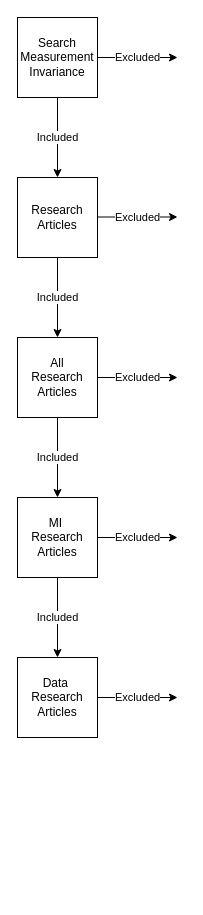
This is pics/data_curation.drawio from doomlab/assessment-squared, a draw.io file, before an edit. Source tidied: cells renumbered, new cells numbered last; positions are measured from the earlier drawing's top-left corner, leaving out a move shared by most shapes. Both pictures are drawn from the tidied source at 100%, with x=0, y=0 at pixel (17, 17).
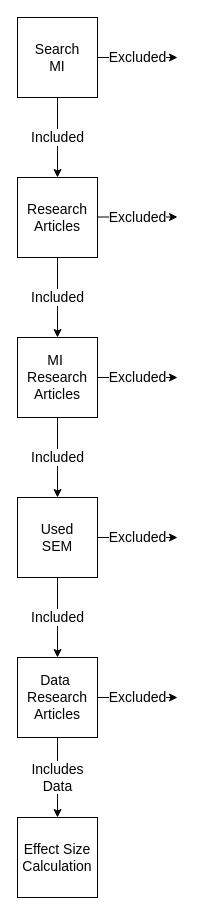
Above is the later version.

Change to the diagram source:
```diff
@@
-    <mxCell id="2" value="Included" style="edgeStyle=orthogonalEdgeStyle;rounded=0;jettySize=auto;html=1;" parent="1" edge="1" source="4" target="6">
+    <mxCell id="2" value="Included" style="edgeStyle=orthogonalEdgeStyle;rounded=0;jettySize=auto;html=1;fontSize=14;" parent="1" edge="1" source="4" target="6">
       <mxGeometry relative="1" as="geometry" />
     </mxCell>
-    <mxCell id="3" value="Excluded" style="edgeStyle=orthogonalEdgeStyle;rounded=0;jettySize=auto;html=1;" parent="1" edge="1" source="4">
+    <mxCell id="3" value="Excluded" style="edgeStyle=orthogonalEdgeStyle;rounded=0;jettySize=auto;html=1;fontSize=14;" parent="1" edge="1" source="4">
       <mxGeometry relative="1" as="geometry">
         <mxPoint x="160" y="40" as="targetPoint" />
       </mxGeometry>
     </mxCell>
-    <mxCell id="4" value="Search&lt;br&gt;Measurement&lt;br&gt;Invariance" style="whiteSpace=wrap;html=1;" parent="1" vertex="1">
+    <mxCell id="4" value="Search&lt;div style=&quot;font-size: 14px;&quot;&gt;MI&lt;/div&gt;" style="whiteSpace=wrap;html=1;fontSize=14;" parent="1" vertex="1">
       <mxGeometry width="80" height="80" as="geometry" />
     </mxCell>
-    <mxCell id="5" value="Included" style="edgeStyle=orthogonalEdgeStyle;rounded=0;jettySize=auto;html=1;" parent="1" edge="1" source="6" target="10">
+    <mxCell id="5" value="Included" style="edgeStyle=orthogonalEdgeStyle;rounded=0;jettySize=auto;html=1;fontSize=14;" parent="1" edge="1" source="6" target="10">
       <mxGeometry relative="1" as="geometry" />
     </mxCell>
-    <mxCell id="6" value="Research&lt;br&gt;Articles" style="whiteSpace=wrap;html=1;" parent="1" vertex="1">
+    <mxCell id="6" value="Research&lt;br style=&quot;font-size: 14px;&quot;&gt;Articles" style="whiteSpace=wrap;html=1;fontSize=14;" parent="1" vertex="1">
       <mxGeometry y="160" width="80" height="80" as="geometry" />
     </mxCell>
-    <mxCell id="7" value="Excluded" style="edgeStyle=orthogonalEdgeStyle;rounded=0;orthogonalLoop=1;jettySize=auto;html=1;" parent="1" edge="1">
+    <mxCell id="7" value="Excluded" style="edgeStyle=orthogonalEdgeStyle;rounded=0;orthogonalLoop=1;jettySize=auto;html=1;fontSize=14;" parent="1" edge="1">
       <mxGeometry relative="1" as="geometry">
         <mxPoint x="80" y="199.5" as="sourcePoint" />
         <mxPoint x="160" y="199.5" as="targetPoint" />
       </mxGeometry>
     </mxCell>
-    <mxCell id="8" value="Excluded" style="edgeStyle=orthogonalEdgeStyle;rounded=0;jettySize=auto;html=1;" parent="1" edge="1" source="10">
+    <mxCell id="8" value="Excluded" style="edgeStyle=orthogonalEdgeStyle;rounded=0;jettySize=auto;html=1;fontSize=14;" parent="1" edge="1" source="10">
       <mxGeometry relative="1" as="geometry">
         <mxPoint x="160" y="360" as="targetPoint" />
       </mxGeometry>
     </mxCell>
-    <mxCell id="9" value="Included" style="edgeStyle=orthogonalEdgeStyle;rounded=0;jettySize=auto;html=1;" parent="1" edge="1" source="10" target="13">
+    <mxCell id="9" value="Included" style="edgeStyle=orthogonalEdgeStyle;rounded=0;jettySize=auto;html=1;fontSize=14;" parent="1" edge="1" source="10" target="13">
       <mxGeometry relative="1" as="geometry" />
     </mxCell>
-    <mxCell id="10" value="All &lt;br&gt;Research&lt;br&gt;Articles" style="whiteSpace=wrap;html=1;" parent="1" vertex="1">
+    <mxCell id="10" value="MI&amp;nbsp;&lt;br style=&quot;font-size: 14px;&quot;&gt;Research&lt;br style=&quot;font-size: 14px;&quot;&gt;Articles" style="whiteSpace=wrap;html=1;fontSize=14;" parent="1" vertex="1">
       <mxGeometry y="320" width="80" height="80" as="geometry" />
     </mxCell>
-    <mxCell id="11" value="Excluded" style="edgeStyle=orthogonalEdgeStyle;rounded=0;jettySize=auto;html=1;" parent="1" edge="1" source="13">
+    <mxCell id="11" value="Excluded" style="edgeStyle=orthogonalEdgeStyle;rounded=0;jettySize=auto;html=1;fontSize=14;" parent="1" edge="1" source="13">
       <mxGeometry relative="1" as="geometry">
         <mxPoint x="160" y="520" as="targetPoint" />
       </mxGeometry>
     </mxCell>
-    <mxCell id="12" value="Included" style="edgeStyle=orthogonalEdgeStyle;rounded=0;jettySize=auto;html=1;" parent="1" edge="1" source="13" target="15">
+    <mxCell id="12" value="Included" style="edgeStyle=orthogonalEdgeStyle;rounded=0;jettySize=auto;html=1;fontSize=14;" parent="1" edge="1" source="13" target="15">
       <mxGeometry relative="1" as="geometry" />
     </mxCell>
-    <mxCell id="13" value="MI&amp;nbsp;&lt;br&gt;Research&lt;br&gt;Articles" style="whiteSpace=wrap;html=1;" parent="1" vertex="1">
+    <mxCell id="13" value="Used&lt;div style=&quot;font-size: 14px;&quot;&gt;SEM&lt;/div&gt;" style="whiteSpace=wrap;html=1;fontSize=14;" parent="1" vertex="1">
       <mxGeometry y="480" width="80" height="80" as="geometry" />
     </mxCell>
-    <mxCell id="14" value="Excluded" style="edgeStyle=orthogonalEdgeStyle;rounded=0;jettySize=auto;html=1;" parent="1" edge="1" source="15">
+    <mxCell id="14" value="Excluded" style="edgeStyle=orthogonalEdgeStyle;rounded=0;jettySize=auto;html=1;fontSize=14;" parent="1" edge="1" source="15">
       <mxGeometry relative="1" as="geometry">
         <mxPoint x="160" y="680" as="targetPoint" />
       </mxGeometry>
     </mxCell>
+    <mxCell id="16" value="Includes&lt;div style=&quot;font-size: 14px;&quot;&gt;Data&lt;/div&gt;" style="edgeStyle=orthogonalEdgeStyle;rounded=0;jettySize=auto;html=1;fontSize=14;" parent="1" edge="1" source="15" target="17">
+      <mxGeometry relative="1" as="geometry" />
+    </mxCell>
-    <mxCell id="15" value="Data&amp;nbsp;&lt;br&gt;Research&lt;br&gt;Articles" style="whiteSpace=wrap;html=1;" parent="1" vertex="1">
+    <mxCell id="15" value="Data&amp;nbsp;&lt;br style=&quot;font-size: 14px;&quot;&gt;Research&lt;br style=&quot;font-size: 14px;&quot;&gt;Articles" style="whiteSpace=wrap;html=1;fontSize=14;" parent="1" vertex="1">
       <mxGeometry y="640" width="80" height="80" as="geometry" />
     </mxCell>
+    <mxCell id="17" value="Effect Size&lt;div style=&quot;font-size: 14px;&quot;&gt;Calculation&lt;/div&gt;" style="whiteSpace=wrap;html=1;fontSize=14;" parent="1" vertex="1">
+      <mxGeometry y="800" width="80" height="80" as="geometry" />
+    </mxCell>
```
